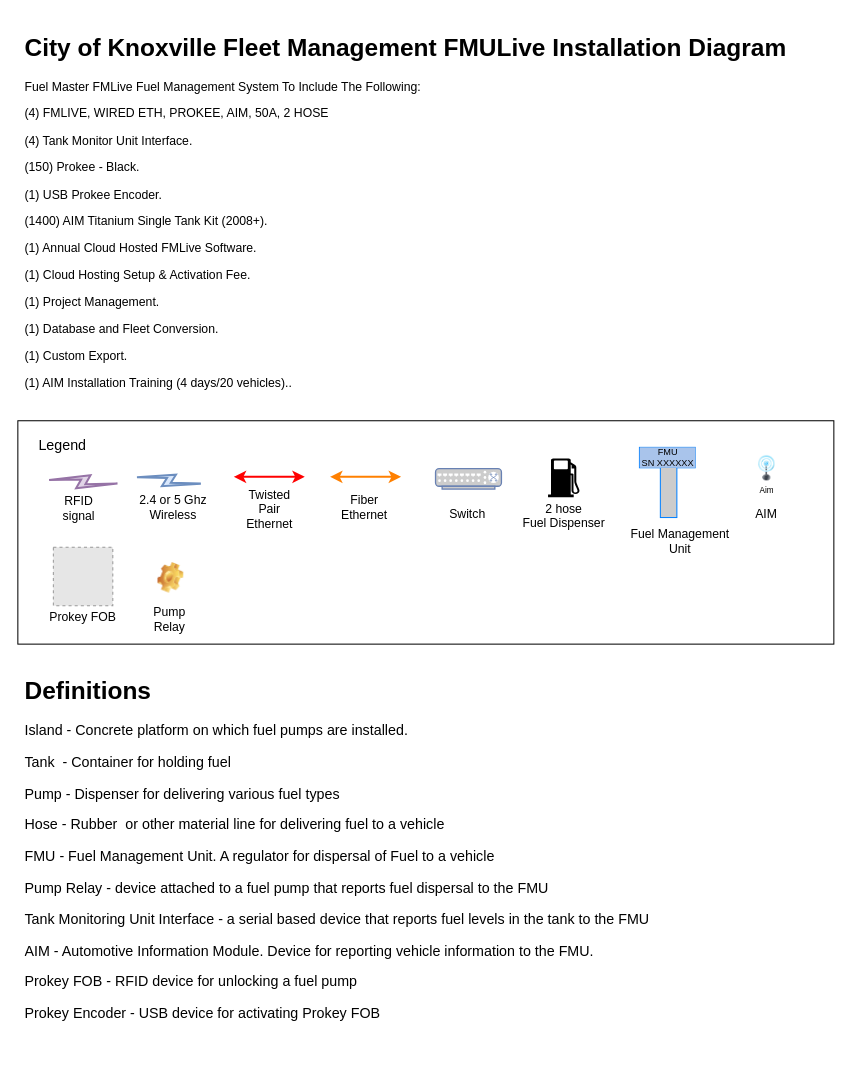
Earlier version of the draw.io diagram page "Page-1" (1 of 5) of Diagrams/FMLiveKCGHardwareDia.drawio (rpwaltz/FleetServices). Source tidied: cells renumbered, new cells numbered last; positions are measured from the earlier drawing's top-left corner, leaving out a move shared by most shapes. Both pictures are drawn from the tidied source at 102%, with x=0, y=0 at pixel (17, 28). Pictures stored in the file or linked from it are replaced by grey dashed boxes.
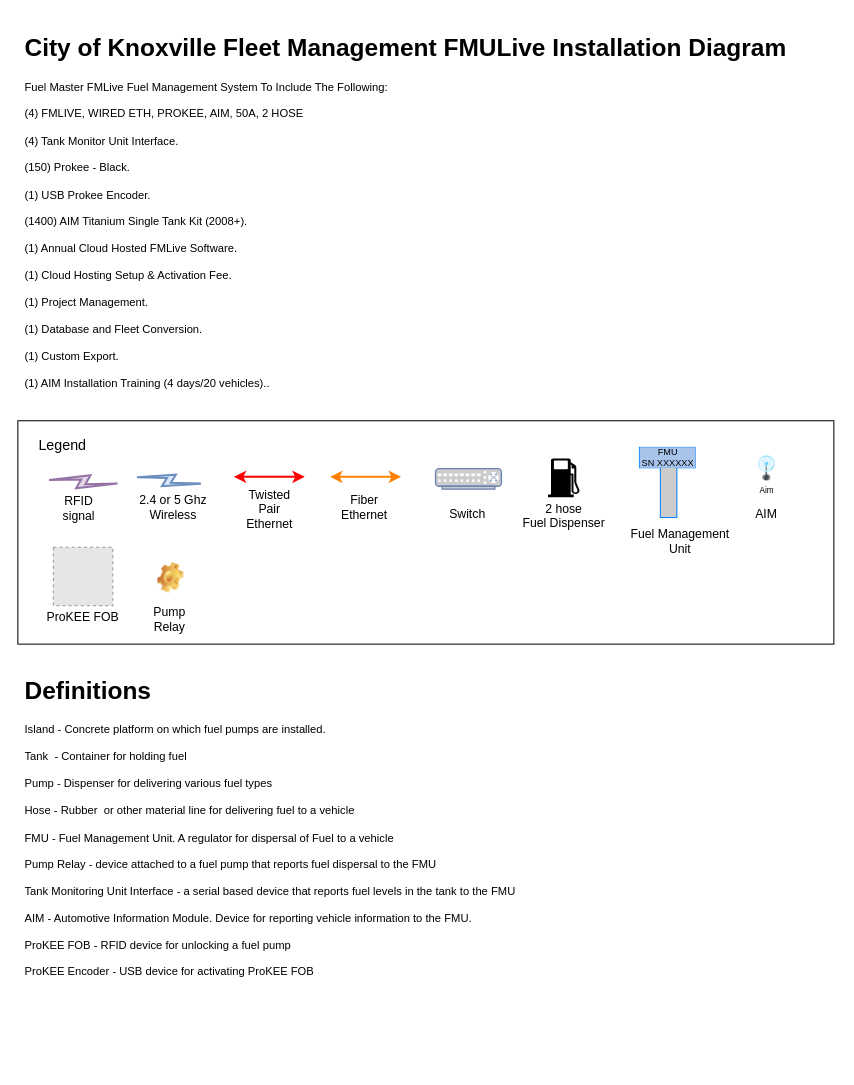
Above is the later version.

Commit message (it also covers changes not shown here):
Added Text and other Details

The change refers to these unchanged cells:
```xml
<mxCell id="4" style="group;" parent="1" vertex="1">
  <mxGeometry y="385" width="800" height="219" as="geometry" />
</mxCell>
```

Diff of the diagram source:
```diff
@@
-    <mxCell id="3" value="&lt;h1&gt;Definitions&lt;br&gt;&lt;/h1&gt;&lt;p style=&quot;font-size: 14px&quot;&gt;&lt;font style=&quot;font-size: 14px&quot;&gt;Island - Concrete platform on which fuel pumps are installed.&lt;/font&gt;&lt;/p&gt;&lt;p style=&quot;font-size: 14px&quot;&gt;&lt;font style=&quot;font-size: 14px&quot;&gt;&lt;font style=&quot;font-size: 14px&quot;&gt;&lt;font style=&quot;font-size: 14px&quot;&gt;Tank&amp;nbsp; - Container for holding fuel&lt;/font&gt;&lt;/font&gt;&lt;/font&gt;&lt;/p&gt;&lt;font style=&quot;font-size: 14px&quot;&gt;Pump - Dispenser for delivering various fuel types&lt;/font&gt;&lt;p style=&quot;font-size: 14px&quot;&gt;&lt;font style=&quot;font-size: 14px&quot;&gt;Hose - Rubber&amp;nbsp; or other material line for delivering fuel to a vehicle&lt;/font&gt;&lt;/p&gt;&lt;p style=&quot;font-size: 14px&quot;&gt;&lt;font style=&quot;font-size: 14px&quot;&gt;FMU - Fuel Management Unit. A regulator for dispersal of Fuel to a vehicle&lt;/font&gt;&lt;/p&gt;&lt;p style=&quot;font-size: 14px&quot;&gt;&lt;font style=&quot;font-size: 14px&quot;&gt;Pump Relay - device attached to a fuel pump that reports fuel dispersal to the FMU&lt;/font&gt;&lt;/p&gt;&lt;p style=&quot;font-size: 14px&quot;&gt;&lt;font style=&quot;font-size: 14px&quot;&gt;Tank Monitoring Unit Interface - a serial based device that reports fuel levels in the tank to the FMU&lt;/font&gt;&lt;/p&gt;&lt;p style=&quot;font-size: 14px&quot;&gt;&lt;font style=&quot;font-size: 14px&quot;&gt;AIM - &lt;span class=&quot;aCOpRe&quot;&gt;&lt;span&gt;Automotive Information Module. Device for reporting vehicle information to the FMU.&lt;/span&gt;&lt;/span&gt;&lt;/font&gt;&lt;/p&gt;&lt;p style=&quot;font-size: 14px&quot;&gt;&lt;font style=&quot;font-size: 14px&quot;&gt;Prokey FOB - RFID device for unlocking a fuel pump&lt;/font&gt;&lt;/p&gt;&lt;p style=&quot;font-size: 14px&quot;&gt;&lt;font style=&quot;font-size: 14px&quot;&gt;Prokey Encoder - USB device for activating Prokey FOB&lt;/font&gt;&lt;br&gt;&lt;/p&gt;&lt;p&gt;&lt;br&gt;&lt;span class=&quot;aCOpRe&quot;&gt;&lt;span&gt;&lt;em&gt;&lt;/em&gt;&lt;/span&gt;&lt;/span&gt;&lt;/p&gt;&lt;p&gt;&lt;br&gt;&lt;/p&gt;" style="text;html=1;strokeColor=none;fillColor=none;spacing=5;spacingTop=-20;whiteSpace=wrap;overflow=hidden;rounded=0;" parent="1" vertex="1">
+    <mxCell id="3" value="&lt;h1&gt;Definitions&lt;br&gt;&lt;/h1&gt;&lt;p&gt;&lt;font style=&quot;font-size: 11px&quot;&gt;Island - Concrete platform on which fuel pumps are installed.&lt;/font&gt;&lt;/p&gt;&lt;p&gt;&lt;font&gt;&lt;font&gt;&lt;font style=&quot;font-size: 11px&quot;&gt;Tank&amp;nbsp; - Container for holding fuel&lt;/font&gt;&lt;/font&gt;&lt;/font&gt;&lt;/p&gt;&lt;font style=&quot;font-size: 11px&quot;&gt;Pump - Dispenser for delivering various fuel types&lt;/font&gt;&lt;p&gt;&lt;font style=&quot;font-size: 11px&quot;&gt;Hose - Rubber&amp;nbsp; or other material line for delivering fuel to a vehicle&lt;/font&gt;&lt;/p&gt;&lt;p&gt;&lt;font style=&quot;font-size: 11px&quot;&gt;FMU - Fuel Management Unit. A regulator for dispersal of Fuel to a vehicle&lt;/font&gt;&lt;/p&gt;&lt;p&gt;&lt;font style=&quot;font-size: 11px&quot;&gt;Pump Relay - device attached to a fuel pump that reports fuel dispersal to the FMU&lt;/font&gt;&lt;/p&gt;&lt;p&gt;&lt;font style=&quot;font-size: 11px&quot;&gt;Tank Monitoring Unit Interface - a serial based device that reports fuel levels in the tank to the FMU&lt;/font&gt;&lt;/p&gt;&lt;p&gt;&lt;font style=&quot;font-size: 11px&quot;&gt;AIM - &lt;span class=&quot;aCOpRe&quot;&gt;&lt;span&gt;Automotive Information Module. Device for reporting vehicle information to the FMU.&lt;/span&gt;&lt;/span&gt;&lt;/font&gt;&lt;/p&gt;&lt;p&gt;&lt;font style=&quot;font-size: 11px&quot;&gt;ProKEE FOB - RFID device for unlocking a fuel pump&lt;/font&gt;&lt;/p&gt;&lt;p&gt;&lt;font style=&quot;font-size: 11px&quot;&gt;&lt;font&gt;ProKEE Encoder - USB device for activating ProKEE FOB&lt;/font&gt;&lt;br&gt;&lt;/font&gt;&lt;/p&gt;&lt;p&gt;&lt;br&gt;&lt;span class=&quot;aCOpRe&quot;&gt;&lt;span&gt;&lt;em&gt;&lt;/em&gt;&lt;/span&gt;&lt;/span&gt;&lt;/p&gt;&lt;p&gt;&lt;br&gt;&lt;/p&gt;" style="text;html=1;strokeColor=none;fillColor=none;spacing=5;spacingTop=-20;whiteSpace=wrap;overflow=hidden;rounded=0;" parent="1" vertex="1">
       <mxGeometry x="1.8" y="630" width="652" height="390" as="geometry" />
     </mxCell>
@@
-    <mxCell id="28" value="Prokey FOB" style="fillColor=#E6E6E6;strokeColor=#999999;dashed=1;verticalLabelPosition=bottom;verticalAlign=top;spacing=0;" parent="4" vertex="1">
+    <mxCell id="28" value="ProKEE FOB" style="fillColor=#E6E6E6;strokeColor=#999999;dashed=1;verticalLabelPosition=bottom;verticalAlign=top;spacing=0;" parent="4" vertex="1">
       <mxGeometry x="34.8" y="124" width="58.3" height="57.3" as="geometry" />
     </mxCell>
@@
-    <mxCell id="31" value="&lt;h1&gt;City of Knoxville Fleet Management FMULive Installation Diagram&lt;/h1&gt;&lt;p&gt;Fuel Master FMLive Fuel Management System To Include The Following:&lt;/p&gt;&lt;p&gt;(4) FMLIVE, WIRED ETH, PROKEE, AIM, 50A, 2 HOSE&lt;/p&gt;&lt;p&gt;(4) Tank Monitor Unit Interface.&lt;/p&gt;&lt;p&gt;(150) Prokee - Black.&lt;/p&gt;&lt;p&gt;(1) USB Prokee Encoder.&lt;/p&gt;&lt;p&gt;(1400) AIM Titanium Single Tank Kit (2008+).&lt;/p&gt;&lt;p&gt;(1) Annual Cloud Hosted FMLive Software.&lt;/p&gt;&lt;p&gt;(1) Cloud Hosting Setup &amp;amp; Activation Fee.&lt;/p&gt;&lt;p&gt;(1) Project Management.&lt;/p&gt;&lt;p&gt;(1) Database and Fleet Conversion.&lt;/p&gt;&lt;p&gt;(1) Custom Export.&lt;/p&gt;&lt;p&gt;&lt;span&gt;(1) AIM Installation Training (4 days/20 vehicles).&lt;/span&gt;.&lt;/p&gt;" style="text;html=1;strokeColor=none;fillColor=none;spacing=5;spacingTop=-20;whiteSpace=wrap;overflow=hidden;rounded=0;" parent="1" vertex="1">
+    <mxCell id="31" value="&lt;h1&gt;City of Knoxville Fleet Management FMULive Installation Diagram&lt;/h1&gt;&lt;p&gt;&lt;font style=&quot;font-size: 11px&quot;&gt;Fuel Master FMLive Fuel Management System To Include The Following:&lt;/font&gt;&lt;/p&gt;&lt;p&gt;&lt;font style=&quot;font-size: 11px&quot;&gt;(4) FMLIVE, WIRED ETH, PROKEE, AIM, 50A, 2 HOSE&lt;/font&gt;&lt;/p&gt;&lt;p&gt;&lt;font style=&quot;font-size: 11px&quot;&gt;(4) Tank Monitor Unit Interface.&lt;/font&gt;&lt;/p&gt;&lt;p&gt;&lt;font style=&quot;font-size: 11px&quot;&gt;(150) Prokee - Black.&lt;/font&gt;&lt;/p&gt;&lt;p&gt;&lt;font style=&quot;font-size: 11px&quot;&gt;(1) USB Prokee Encoder.&lt;/font&gt;&lt;/p&gt;&lt;p&gt;&lt;font style=&quot;font-size: 11px&quot;&gt;(1400) AIM Titanium Single Tank Kit (2008+).&lt;/font&gt;&lt;/p&gt;&lt;p&gt;&lt;font style=&quot;font-size: 11px&quot;&gt;(1) Annual Cloud Hosted FMLive Software.&lt;/font&gt;&lt;/p&gt;&lt;p&gt;&lt;font style=&quot;font-size: 11px&quot;&gt;(1) Cloud Hosting Setup &amp;amp; Activation Fee.&lt;/font&gt;&lt;/p&gt;&lt;p&gt;&lt;font style=&quot;font-size: 11px&quot;&gt;(1) Project Management.&lt;/font&gt;&lt;/p&gt;&lt;p&gt;&lt;font style=&quot;font-size: 11px&quot;&gt;(1) Database and Fleet Conversion.&lt;/font&gt;&lt;/p&gt;&lt;p&gt;&lt;font style=&quot;font-size: 11px&quot;&gt;(1) Custom Export.&lt;/font&gt;&lt;/p&gt;&lt;p&gt;&lt;font style=&quot;font-size: 11px&quot;&gt;&lt;span&gt;(1) AIM Installation Training (4 days/20 vehicles).&lt;/span&gt;.&lt;/font&gt;&lt;/p&gt;" style="text;html=1;strokeColor=none;fillColor=none;spacing=5;spacingTop=-20;whiteSpace=wrap;overflow=hidden;rounded=0;" parent="1" vertex="1">
       <mxGeometry x="1.8" width="800" height="365" as="geometry" />
     </mxCell>
```
